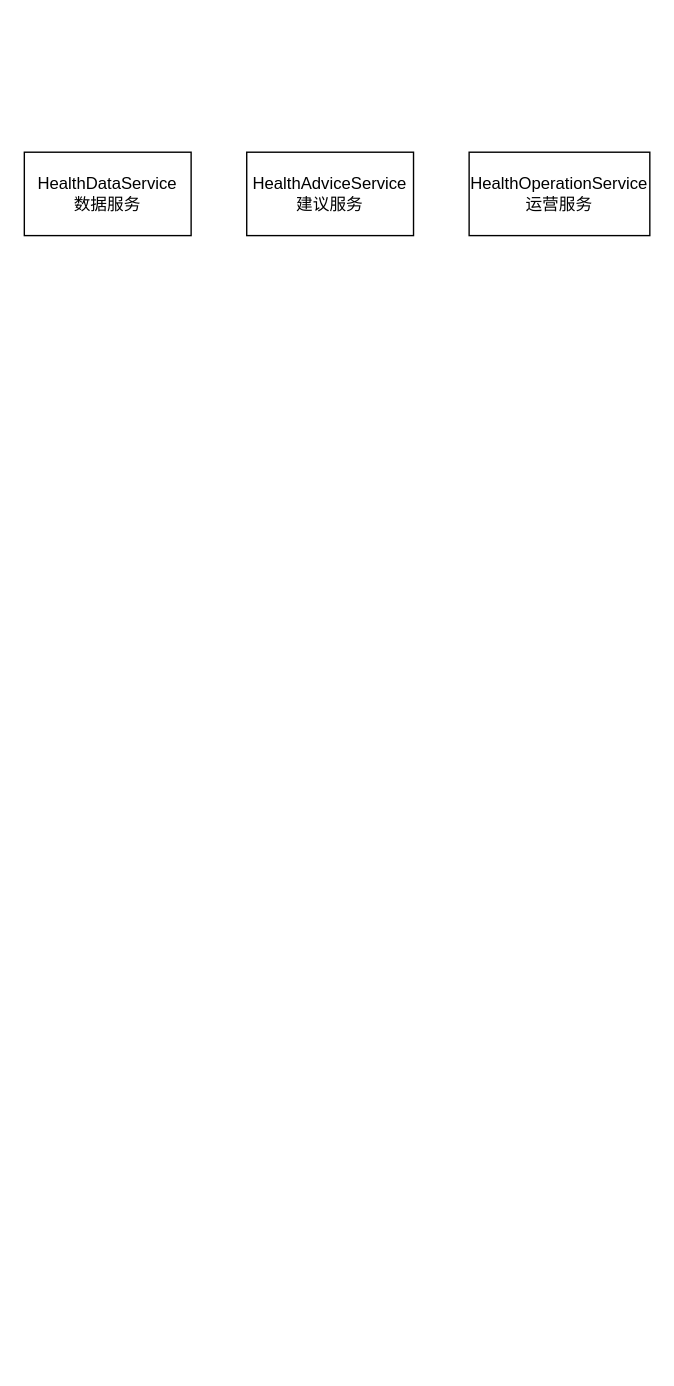
HuaHero/interview keeps this draw.io diagram as 运动健康云1层架构.drawio. Above is the earlier version. Source tidied: cells renumbered, new cells numbered last; positions are measured from the earlier drawing's top-left corner, leaving out a move shared by most shapes. Both pictures are drawn from the tidied source at 139%, with x=0, y=0 at pixel (24, 152).
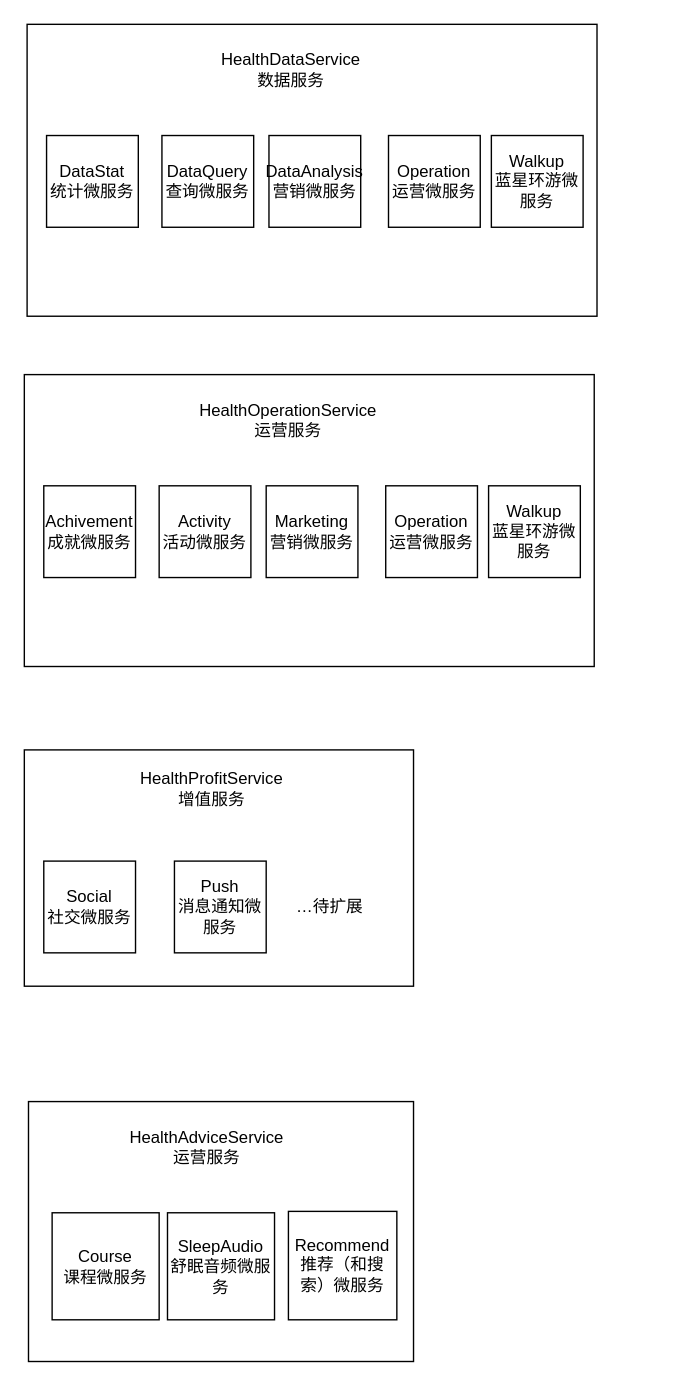
The same page after the edit.

Commit message (it also covers changes not shown here):
更新运动健康云1层架构.drawio

What changed in the source:
```diff
@@
-    <mxCell id="2" value="HealthAdviceService&lt;br&gt;建议服务" style="rounded=0;whiteSpace=wrap;html=1;" parent="1" vertex="1">
-      <mxGeometry x="160" width="120" height="60" as="geometry" />
-    </mxCell>
+    <mxCell id="4" style="rounded=0;whiteSpace=wrap;html=1;" parent="1" vertex="1">
+      <mxGeometry y="160" width="410" height="210" as="geometry" />
+    </mxCell>
+    <mxCell id="5" style="rounded=0;whiteSpace=wrap;html=1;" parent="1" vertex="1">
+      <mxGeometry y="430" width="280" height="170" as="geometry" />
+    </mxCell>
+    <mxCell id="6" value="HealthOperationService&lt;br style=&quot;border-color: var(--border-color);&quot;&gt;运营服务" style="text;html=1;strokeColor=none;fillColor=none;align=center;verticalAlign=middle;whiteSpace=wrap;rounded=0;" parent="1" vertex="1">
+      <mxGeometry x="20" y="175" width="340" height="35" as="geometry" />
+    </mxCell>
+    <mxCell id="7" value="Achivement&lt;br&gt;成就微服务&lt;br&gt;" style="whiteSpace=wrap;html=1;" parent="1" vertex="1">
+      <mxGeometry x="14" y="240" width="66" height="66" as="geometry" />
+    </mxCell>
+    <mxCell id="8" value="Activity&lt;br&gt;活动微服务" style="whiteSpace=wrap;html=1;" parent="1" vertex="1">
+      <mxGeometry x="97" y="240" width="66" height="66" as="geometry" />
+    </mxCell>
+    <mxCell id="9" value="Marketing&lt;br&gt;营销微服务" style="whiteSpace=wrap;html=1;" parent="1" vertex="1">
+      <mxGeometry x="174" y="240" width="66" height="66" as="geometry" />
+    </mxCell>
+    <mxCell id="10" value="Operation&lt;br&gt;运营微服务" style="whiteSpace=wrap;html=1;" parent="1" vertex="1">
+      <mxGeometry x="260" y="240" width="66" height="66" as="geometry" />
+    </mxCell>
+    <mxCell id="11" value="Walkup&lt;br&gt;蓝星环游微服务" style="whiteSpace=wrap;html=1;" parent="1" vertex="1">
+      <mxGeometry x="334" y="240" width="66" height="66" as="geometry" />
+    </mxCell>
+    <mxCell id="12" value="Social&lt;br&gt;社交微服务" style="whiteSpace=wrap;html=1;" parent="1" vertex="1">
+      <mxGeometry x="14" y="510" width="66" height="66" as="geometry" />
+    </mxCell>
+    <mxCell id="13" value="Push&lt;br&gt;消息通知微服务" style="whiteSpace=wrap;html=1;" parent="1" vertex="1">
+      <mxGeometry x="108" y="510" width="66" height="66" as="geometry" />
+    </mxCell>
+    <mxCell id="14" value="HealthProfitService&lt;br style=&quot;border-color: var(--border-color);&quot;&gt;增值服务" style="text;html=1;strokeColor=none;fillColor=none;align=center;verticalAlign=middle;whiteSpace=wrap;rounded=0;" parent="1" vertex="1">
+      <mxGeometry x="30" y="440" width="210" height="35" as="geometry" />
+    </mxCell>
+    <mxCell id="15" style="rounded=0;whiteSpace=wrap;html=1;" parent="1" vertex="1">
+      <mxGeometry x="3" y="683" width="277" height="187" as="geometry" />
+    </mxCell>
+    <mxCell id="16" value="HealthAdviceService&lt;br style=&quot;border-color: var(--border-color);&quot;&gt;运营服务" style="text;html=1;strokeColor=none;fillColor=none;align=center;verticalAlign=middle;whiteSpace=wrap;rounded=0;" parent="1" vertex="1">
+      <mxGeometry x="23" y="698" width="217" height="35" as="geometry" />
+    </mxCell>
+    <mxCell id="17" value="Course&lt;br&gt;课程微服务" style="whiteSpace=wrap;html=1;" parent="1" vertex="1">
+      <mxGeometry x="20" y="763" width="77" height="77" as="geometry" />
+    </mxCell>
+    <mxCell id="18" value="SleepAudio&lt;br&gt;舒眠音频微服务" style="whiteSpace=wrap;html=1;" parent="1" vertex="1">
+      <mxGeometry x="103" y="763" width="77" height="77" as="geometry" />
+    </mxCell>
+    <mxCell id="19" value="Recommend推荐（和搜索）微服务" style="whiteSpace=wrap;html=1;" parent="1" vertex="1">
+      <mxGeometry x="190" y="762" width="78" height="78" as="geometry" />
+    </mxCell>
+    <mxCell id="20" value="…待扩展" style="text;html=1;strokeColor=none;fillColor=none;align=center;verticalAlign=middle;whiteSpace=wrap;rounded=0;" parent="1" vertex="1">
+      <mxGeometry x="190" y="528" width="60" height="30" as="geometry" />
+    </mxCell>
+    <mxCell id="21" style="rounded=0;whiteSpace=wrap;html=1;" parent="1" vertex="1">
+      <mxGeometry x="2" y="-92" width="410" height="210" as="geometry" />
+    </mxCell>
-    <mxCell id="3" value="HealthDataService&lt;br&gt;数据服务" style="rounded=0;whiteSpace=wrap;html=1;" parent="1" vertex="1">
-      <mxGeometry width="120" height="60" as="geometry" />
+    <mxCell id="3" value="HealthDataService&lt;br style=&quot;border-color: var(--border-color);&quot;&gt;数据服务" style="text;html=1;strokeColor=none;fillColor=none;align=center;verticalAlign=middle;whiteSpace=wrap;rounded=0;" parent="1" vertex="1">
+      <mxGeometry x="22" y="-77" width="340" height="35" as="geometry" />
     </mxCell>
-    <mxCell id="4" value="HealthOperationService&lt;br&gt;运营服务" style="rounded=0;whiteSpace=wrap;html=1;" parent="1" vertex="1">
-      <mxGeometry x="320" width="130" height="60" as="geometry" />
-    </mxCell>
+    <mxCell id="22" value="DataStat&lt;br&gt;统计微服务" style="whiteSpace=wrap;html=1;" parent="1" vertex="1">
+      <mxGeometry x="16" y="-12" width="66" height="66" as="geometry" />
+    </mxCell>
+    <mxCell id="23" value="DataQuery查询微服务" style="whiteSpace=wrap;html=1;" parent="1" vertex="1">
+      <mxGeometry x="99" y="-12" width="66" height="66" as="geometry" />
+    </mxCell>
+    <mxCell id="24" value="DataAnalysis&lt;br&gt;营销微服务" style="whiteSpace=wrap;html=1;" parent="1" vertex="1">
+      <mxGeometry x="176" y="-12" width="66" height="66" as="geometry" />
+    </mxCell>
+    <mxCell id="25" value="Operation&lt;br&gt;运营微服务" style="whiteSpace=wrap;html=1;" parent="1" vertex="1">
+      <mxGeometry x="262" y="-12" width="66" height="66" as="geometry" />
+    </mxCell>
+    <mxCell id="26" value="Walkup&lt;br&gt;蓝星环游微服务" style="whiteSpace=wrap;html=1;" parent="1" vertex="1">
+      <mxGeometry x="336" y="-12" width="66" height="66" as="geometry" />
+    </mxCell>
```
